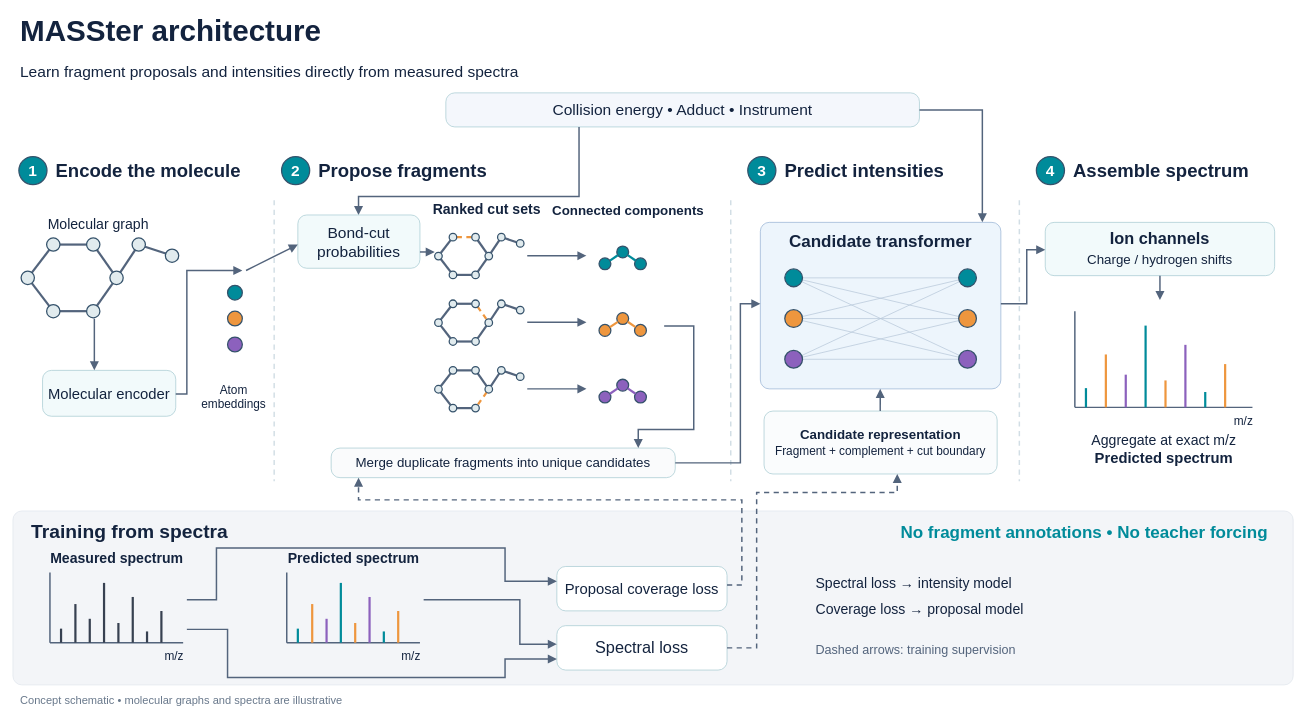
This is docs/figures/masster_architecture.drawio from LZhang98/fragnnet, a draw.io file, before an edit. Source tidied: cells renumbered, new cells numbered last; positions are measured from the earlier drawing's top-left corner, leaving out a move shared by most shapes. Both pictures are drawn from the tidied source at 74%, with x=0, y=0 at pixel (13, 16).
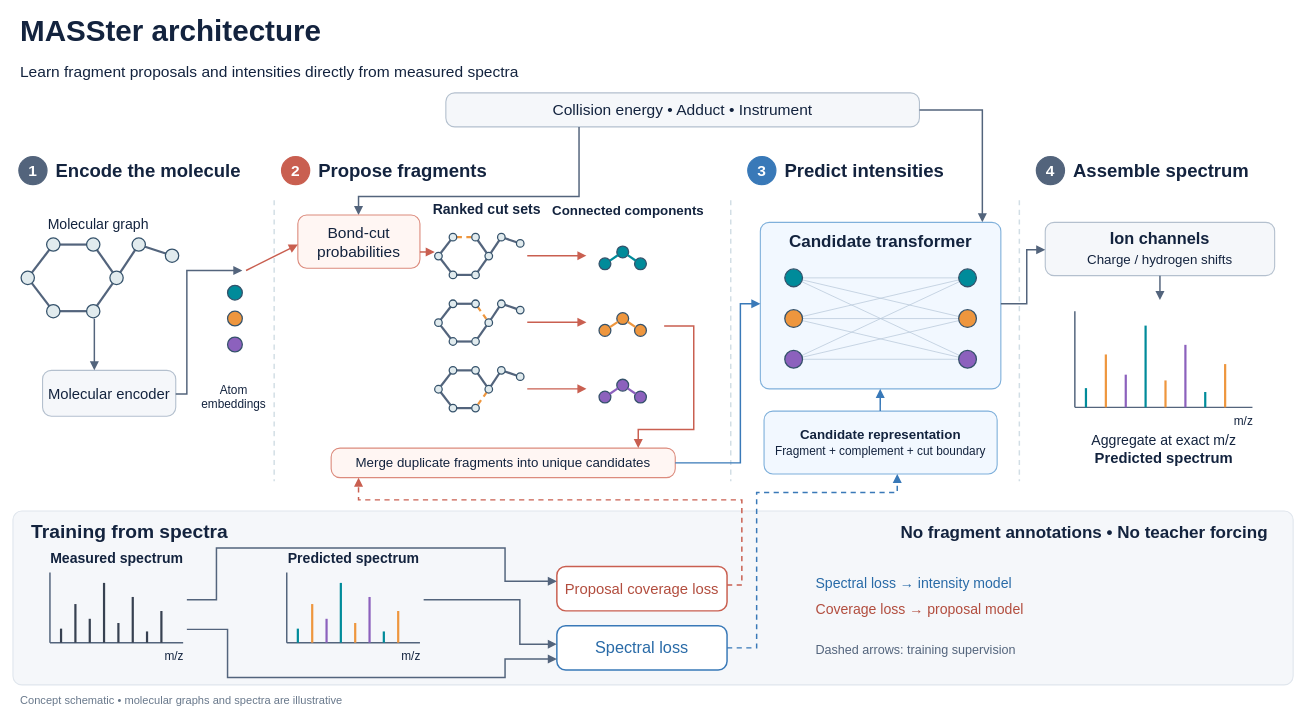
The same page after the edit.

The edit, as a diff of the source:
```diff
@@
-    <mxCell id="3" value="Collision energy  •  Adduct  •  Instrument" style="rounded=1;absoluteArcSize=1;arcSize=24;whiteSpace=wrap;html=1;fillColor=#f4f7fc;strokeColor=#a9ccd3;fontFamily=Arial;fontSize=21;fontStyle=0;fontColor=#13233e;" parent="1" vertex="1">
+    <mxCell id="3" value="Collision energy  •  Adduct  •  Instrument" style="rounded=1;absoluteArcSize=1;arcSize=24;whiteSpace=wrap;html=1;fillColor=#f5f7fa;strokeColor=#b4c0ce;strokeWidth=1.5;fontFamily=Arial;fontSize=21;fontStyle=0;fontColor=#13233e;" parent="1" vertex="1">
       <mxGeometry x="585" y="103" width="640" height="46" as="geometry" />
     </mxCell>
@@
-    <mxCell id="6" value="1" style="ellipse;whiteSpace=wrap;html=1;fillColor=#008b9a;strokeColor=#35526b;strokeWidth=1.7;fontFamily=Arial;fontSize=21;fontStyle=1;fontColor=#ffffff;" parent="1" vertex="1">
+    <mxCell id="6" value="1" style="ellipse;whiteSpace=wrap;html=1;fillColor=#53647c;strokeColor=#53647c;strokeWidth=1.7;fontFamily=Arial;fontSize=21;fontStyle=1;fontColor=#ffffff;" parent="1" vertex="1">
       <mxGeometry x="8" y="189" width="38" height="38" as="geometry" />
     </mxCell>
@@
-    <mxCell id="8" value="2" style="ellipse;whiteSpace=wrap;html=1;fillColor=#008b9a;strokeColor=#35526b;strokeWidth=1.7;fontFamily=Arial;fontSize=21;fontStyle=1;fontColor=#ffffff;" parent="1" vertex="1">
+    <mxCell id="8" value="2" style="ellipse;whiteSpace=wrap;html=1;fillColor=#c95f50;strokeColor=#c95f50;strokeWidth=1.7;fontFamily=Arial;fontSize=21;fontStyle=1;fontColor=#ffffff;" parent="1" vertex="1">
       <mxGeometry x="363" y="189" width="38" height="38" as="geometry" />
     </mxCell>
@@
-    <mxCell id="10" value="3" style="ellipse;whiteSpace=wrap;html=1;fillColor=#008b9a;strokeColor=#35526b;strokeWidth=1.7;fontFamily=Arial;fontSize=21;fontStyle=1;fontColor=#ffffff;" parent="1" vertex="1">
+    <mxCell id="10" value="3" style="ellipse;whiteSpace=wrap;html=1;fillColor=#3979b8;strokeColor=#3979b8;strokeWidth=1.7;fontFamily=Arial;fontSize=21;fontStyle=1;fontColor=#ffffff;" parent="1" vertex="1">
       <mxGeometry x="993" y="189" width="38" height="38" as="geometry" />
     </mxCell>
@@
-    <mxCell id="12" value="4" style="ellipse;whiteSpace=wrap;html=1;fillColor=#008b9a;strokeColor=#35526b;strokeWidth=1.7;fontFamily=Arial;fontSize=21;fontStyle=1;fontColor=#ffffff;" parent="1" vertex="1">
+    <mxCell id="12" value="4" style="ellipse;whiteSpace=wrap;html=1;fillColor=#53647c;strokeColor=#53647c;strokeWidth=1.7;fontFamily=Arial;fontSize=21;fontStyle=1;fontColor=#ffffff;" parent="1" vertex="1">
       <mxGeometry x="1383" y="189" width="38" height="38" as="geometry" />
     </mxCell>
@@
-    <mxCell id="35" value="Molecular encoder" style="rounded=1;absoluteArcSize=1;arcSize=24;whiteSpace=wrap;html=1;fillColor=#f2fafb;strokeColor=#a9ccd3;fontFamily=Arial;fontSize=20;fontStyle=0;fontColor=#13233e;" parent="1" vertex="1">
+    <mxCell id="35" value="Molecular encoder" style="rounded=1;absoluteArcSize=1;arcSize=24;whiteSpace=wrap;html=1;fillColor=#f5f7fa;strokeColor=#b4c0ce;strokeWidth=1.5;fontFamily=Arial;fontSize=20;fontStyle=0;fontColor=#13233e;" parent="1" vertex="1">
       <mxGeometry x="40" y="478" width="180" height="62" as="geometry" />
     </mxCell>
@@
-    <mxCell id="43" value="Bond-cut&lt;br&gt;probabilities" style="rounded=1;absoluteArcSize=1;arcSize=24;whiteSpace=wrap;html=1;fillColor=#f2fafb;strokeColor=#a9ccd3;fontFamily=Arial;fontSize=21;fontStyle=0;fontColor=#13233e;" parent="1" vertex="1">
+    <mxCell id="43" value="Bond-cut&lt;br&gt;probabilities" style="rounded=1;absoluteArcSize=1;arcSize=24;whiteSpace=wrap;html=1;fillColor=#fff6f3;strokeColor=#dc8b7d;strokeWidth=1.5;fontFamily=Arial;fontSize=21;fontStyle=0;fontColor=#13233e;" parent="1" vertex="1">
       <mxGeometry x="385" y="268" width="165" height="72" as="geometry" />
     </mxCell>
-    <mxCell id="44" style="edgeStyle=none;html=1;strokeColor=#53647c;strokeWidth=2;endArrow=block;endFill=1;endSize=7;startArrow=none;entryX=0;entryY=0.5556;entryDx=0;entryDy=0;entryPerimeter=0;" parent="1" edge="1" target="43">
+    <mxCell id="44" style="edgeStyle=none;html=1;strokeColor=#c95f50;strokeWidth=2;endArrow=block;endFill=1;endSize=7;startArrow=none;entryX=0;entryY=0.5556;entryDx=0;entryDy=0;entryPerimeter=0;" parent="1" edge="1" target="43">
       <mxGeometry relative="1" as="geometry">
         <mxPoint x="315" y="343" as="sourcePoint" />
       </mxGeometry>
     </mxCell>
@@
-    <mxCell id="97" style="edgeStyle=none;html=1;strokeColor=#53647c;strokeWidth=2;endArrow=block;endFill=1;endSize=7;startArrow=none;exitX=1;exitY=0.6944;exitDx=0;exitDy=0;exitPerimeter=0;" parent="1" edge="1" source="43">
+    <mxCell id="97" style="edgeStyle=none;html=1;strokeColor=#c95f50;strokeWidth=2;endArrow=block;endFill=1;endSize=7;startArrow=none;exitX=1;exitY=0.6944;exitDx=0;exitDy=0;exitPerimeter=0;" parent="1" edge="1" source="43">
       <mxGeometry relative="1" as="geometry">
         <mxPoint x="570" y="318" as="targetPoint" />
       </mxGeometry>
     </mxCell>
@@
-    <mxCell id="105" style="edgeStyle=none;html=1;strokeColor=#53647c;strokeWidth=2;endArrow=block;endFill=1;endSize=7;startArrow=none;" parent="1" edge="1">
+    <mxCell id="105" style="edgeStyle=none;html=1;strokeColor=#c95f50;strokeWidth=2;endArrow=block;endFill=1;endSize=7;startArrow=none;" parent="1" edge="1">
       <mxGeometry relative="1" as="geometry">
         <mxPoint x="695" y="323" as="sourcePoint" />
         <mxPoint x="775" y="323" as="targetPoint" />
       </mxGeometry>
     </mxCell>
@@
-    <mxCell id="112" style="edgeStyle=none;html=1;strokeColor=#53647c;strokeWidth=2;endArrow=block;endFill=1;endSize=7;startArrow=none;" parent="1" edge="1">
+    <mxCell id="112" style="edgeStyle=none;html=1;strokeColor=#c95f50;strokeWidth=2;endArrow=block;endFill=1;endSize=7;startArrow=none;" parent="1" edge="1">
       <mxGeometry relative="1" as="geometry">
         <mxPoint x="695" y="413" as="sourcePoint" />
         <mxPoint x="775" y="413" as="targetPoint" />
       </mxGeometry>
     </mxCell>
@@
-    <mxCell id="119" style="edgeStyle=none;html=1;strokeColor=#53647c;strokeWidth=2;endArrow=block;endFill=1;endSize=7;startArrow=none;" parent="1" edge="1">
+    <mxCell id="119" style="edgeStyle=none;html=1;strokeColor=#c95f50;strokeWidth=2;endArrow=block;endFill=1;endSize=7;startArrow=none;" parent="1" edge="1">
       <mxGeometry relative="1" as="geometry">
         <mxPoint x="695" y="503" as="sourcePoint" />
         <mxPoint x="775" y="503" as="targetPoint" />
       </mxGeometry>
     </mxCell>
-    <mxCell id="120" value="Merge duplicate fragments into unique candidates" style="rounded=1;absoluteArcSize=1;arcSize=24;whiteSpace=wrap;html=1;fillColor=#fafbfc;strokeColor=#a9ccd3;fontFamily=Arial;fontSize=18;fontStyle=0;fontColor=#13233e;" parent="1" vertex="1">
+    <mxCell id="120" value="Merge duplicate fragments into unique candidates" style="rounded=1;absoluteArcSize=1;arcSize=24;whiteSpace=wrap;html=1;fillColor=#fff6f3;strokeColor=#dc8b7d;strokeWidth=1.5;fontFamily=Arial;fontSize=18;fontStyle=0;fontColor=#13233e;" parent="1" vertex="1">
       <mxGeometry x="430" y="583" width="465" height="40" as="geometry" />
     </mxCell>
-    <mxCell id="121" style="edgeStyle=orthogonalEdgeStyle;rounded=0;html=1;strokeColor=#53647c;strokeWidth=2;endArrow=block;endFill=1;endSize=7;startArrow=none;entryX=0.8925;entryY=0;entryDx=0;entryDy=0;entryPerimeter=0;" parent="1" edge="1" target="120">
+    <mxCell id="121" style="edgeStyle=orthogonalEdgeStyle;rounded=0;html=1;strokeColor=#c95f50;strokeWidth=2;endArrow=block;endFill=1;endSize=7;startArrow=none;entryX=0.8925;entryY=0;entryDx=0;entryDy=0;entryPerimeter=0;" parent="1" edge="1" target="120">
       <mxGeometry relative="1" as="geometry">
         <mxPoint x="880" y="418" as="sourcePoint" />
         <Array as="points">
           <mxPoint x="920" y="418" />
           <mxPoint x="920" y="558" />
           <mxPoint x="845" y="558" />
         </Array>
       </mxGeometry>
     </mxCell>
-    <mxCell id="122" style="rounded=1;absoluteArcSize=1;arcSize=24;whiteSpace=wrap;html=1;fillColor=#edf5fc;strokeColor=#9ab5d5;fontFamily=Arial;fontSize=16;fontStyle=0;fontColor=#13233e;verticalAlign=top;" parent="1" vertex="1">
+    <mxCell id="122" style="rounded=1;absoluteArcSize=1;arcSize=24;whiteSpace=wrap;html=1;fillColor=#f2f8ff;strokeColor=#7fb0db;strokeWidth=1.5;fontFamily=Arial;fontSize=16;fontStyle=0;fontColor=#13233e;verticalAlign=top;" parent="1" vertex="1">
       <mxGeometry x="1010" y="278" width="325" height="225" as="geometry" />
     </mxCell>
@@
-    <mxCell id="140" style="edgeStyle=orthogonalEdgeStyle;rounded=0;html=1;strokeColor=#53647c;strokeWidth=2;endArrow=block;endFill=1;endSize=7;startArrow=none;exitX=1;exitY=0.5;exitDx=0;exitDy=0;exitPerimeter=0;entryX=0;entryY=0.4889;entryDx=0;entryDy=0;entryPerimeter=0;" parent="1" edge="1" source="120" target="122">
+    <mxCell id="140" style="edgeStyle=orthogonalEdgeStyle;rounded=0;html=1;strokeColor=#3979b8;strokeWidth=2;endArrow=block;endFill=1;endSize=7;startArrow=none;exitX=1;exitY=0.5;exitDx=0;exitDy=0;exitPerimeter=0;entryX=0;entryY=0.4889;entryDx=0;entryDy=0;entryPerimeter=0;" parent="1" edge="1" source="120" target="122">
       <mxGeometry relative="1" as="geometry">
         <Array as="points">
           <mxPoint x="983" y="603" />
           <mxPoint x="983" y="388" />
         </Array>
       </mxGeometry>
     </mxCell>
-    <mxCell id="141" value="Candidate representation&lt;br&gt;&lt;font style=&quot;font-size:16px&quot;&gt;&lt;span style=&quot;font-weight:normal&quot;&gt;Fragment + complement + cut boundary&lt;/span&gt;&lt;/font&gt;" style="rounded=1;absoluteArcSize=1;arcSize=24;whiteSpace=wrap;html=1;fillColor=#fafcfd;strokeColor=#a9ccd3;fontFamily=Arial;fontSize=18;fontStyle=1;fontColor=#13233e;" parent="1" vertex="1">
+    <mxCell id="141" value="Candidate representation&lt;br&gt;&lt;font style=&quot;font-size:16px&quot;&gt;&lt;span style=&quot;font-weight:normal&quot;&gt;Fragment + complement + cut boundary&lt;/span&gt;&lt;/font&gt;" style="rounded=1;absoluteArcSize=1;arcSize=24;whiteSpace=wrap;html=1;fillColor=#f2f8ff;strokeColor=#7fb0db;strokeWidth=1.5;fontFamily=Arial;fontSize=18;fontStyle=1;fontColor=#13233e;" parent="1" vertex="1">
       <mxGeometry x="1015" y="533" width="315" height="85" as="geometry" />
     </mxCell>
-    <mxCell id="142" style="edgeStyle=none;html=1;strokeColor=#53647c;strokeWidth=2;endArrow=block;endFill=1;endSize=7;startArrow=none;exitX=0.4984;exitY=0;exitDx=0;exitDy=0;exitPerimeter=0;entryX=0.4985;entryY=1;entryDx=0;entryDy=0;entryPerimeter=0;" parent="1" edge="1" source="141" target="122">
+    <mxCell id="142" style="edgeStyle=none;html=1;strokeColor=#3979b8;strokeWidth=2;endArrow=block;endFill=1;endSize=7;startArrow=none;exitX=0.4984;exitY=0;exitDx=0;exitDy=0;exitPerimeter=0;entryX=0.4985;entryY=1;entryDx=0;entryDy=0;entryPerimeter=0;" parent="1" edge="1" source="141" target="122">
       <mxGeometry relative="1" as="geometry" />
     </mxCell>
-    <mxCell id="143" value="Ion channels&lt;br&gt;&lt;font style=&quot;font-size:18px&quot;&gt;&lt;span style=&quot;font-weight:normal&quot;&gt;Charge / hydrogen shifts&lt;/span&gt;&lt;/font&gt;" style="rounded=1;absoluteArcSize=1;arcSize=24;whiteSpace=wrap;html=1;fillColor=#f2fafb;strokeColor=#a9ccd3;fontFamily=Arial;fontSize=22;fontStyle=1;fontColor=#13233e;" parent="1" vertex="1">
+    <mxCell id="143" value="Ion channels&lt;br&gt;&lt;font style=&quot;font-size:18px&quot;&gt;&lt;span style=&quot;font-weight:normal&quot;&gt;Charge / hydrogen shifts&lt;/span&gt;&lt;/font&gt;" style="rounded=1;absoluteArcSize=1;arcSize=24;whiteSpace=wrap;html=1;fillColor=#f5f7fa;strokeColor=#b4c0ce;strokeWidth=1.5;fontFamily=Arial;fontSize=22;fontStyle=1;fontColor=#13233e;" parent="1" vertex="1">
       <mxGeometry x="1395" y="278" width="310" height="72" as="geometry" />
     </mxCell>
@@
-    <mxCell id="159" style="rounded=1;absoluteArcSize=1;arcSize=24;whiteSpace=wrap;html=1;fillColor=#f3f5f8;strokeColor=#e0e6ed;fontFamily=Arial;fontSize=16;fontStyle=0;fontColor=#13233e;verticalAlign=top;" parent="1" vertex="1">
+    <mxCell id="159" style="rounded=1;absoluteArcSize=1;arcSize=24;whiteSpace=wrap;html=1;fillColor=#f5f7fa;strokeColor=#e0e6ed;strokeWidth=1.5;fontFamily=Arial;fontSize=16;fontStyle=0;fontColor=#13233e;verticalAlign=top;" parent="1" vertex="1">
       <mxGeometry y="668" width="1730" height="235" as="geometry" />
     </mxCell>
@@
-    <mxCell id="161" value="No fragment annotations  •  No teacher forcing" style="text;html=1;align=right;verticalAlign=middle;whiteSpace=nowrap;spacing=0;fontFamily=Arial;fontSize=23;fontStyle=1;fontColor=#008b9a;" parent="1" vertex="1">
+    <mxCell id="161" value="No fragment annotations  •  No teacher forcing" style="text;html=1;align=right;verticalAlign=middle;whiteSpace=nowrap;spacing=0;fontFamily=Arial;fontSize=23;fontStyle=1;fontColor=#13233e;" parent="1" vertex="1">
       <mxGeometry x="1054.2" y="682" width="640.8" height="29.9" as="geometry" />
     </mxCell>
@@
-    <mxCell id="188" value="Proposal coverage loss" style="rounded=1;absoluteArcSize=1;arcSize=24;whiteSpace=wrap;html=1;fillColor=#ffffff;strokeColor=#a9ccd3;fontFamily=Arial;fontSize=20;fontStyle=0;fontColor=#13233e;" parent="1" vertex="1">
+    <mxCell id="188" value="Proposal coverage loss" style="rounded=1;absoluteArcSize=1;arcSize=24;whiteSpace=wrap;html=1;fillColor=#ffffff;strokeColor=#c95f50;strokeWidth=2;fontFamily=Arial;fontSize=20;fontStyle=0;fontColor=#b24d3e;" parent="1" vertex="1">
       <mxGeometry x="735" y="743" width="230" height="60" as="geometry" />
     </mxCell>
-    <mxCell id="189" value="Spectral loss" style="rounded=1;absoluteArcSize=1;arcSize=24;whiteSpace=wrap;html=1;fillColor=#ffffff;strokeColor=#a9ccd3;fontFamily=Arial;fontSize=22;fontStyle=0;fontColor=#13233e;" parent="1" vertex="1">
+    <mxCell id="189" value="Spectral loss" style="rounded=1;absoluteArcSize=1;arcSize=24;whiteSpace=wrap;html=1;fillColor=#ffffff;strokeColor=#3979b8;strokeWidth=2;fontFamily=Arial;fontSize=22;fontStyle=0;fontColor=#286aa7;" parent="1" vertex="1">
       <mxGeometry x="735" y="823" width="230" height="60" as="geometry" />
     </mxCell>
@@
-    <mxCell id="193" value="Spectral loss → intensity model" style="text;html=1;align=left;verticalAlign=middle;whiteSpace=nowrap;spacing=0;fontFamily=Arial;fontSize=19;fontStyle=0;fontColor=#13233e;" parent="1" vertex="1">
+    <mxCell id="193" value="Spectral loss → intensity model" style="text;html=1;align=left;verticalAlign=middle;whiteSpace=nowrap;spacing=0;fontFamily=Arial;fontSize=19;fontStyle=0;fontColor=#286aa7;" parent="1" vertex="1">
       <mxGeometry x="1085" y="754" width="329.9" height="24.7" as="geometry" />
     </mxCell>
-    <mxCell id="194" value="Coverage loss → proposal model" style="text;html=1;align=left;verticalAlign=middle;whiteSpace=nowrap;spacing=0;fontFamily=Arial;fontSize=19;fontStyle=0;fontColor=#13233e;" parent="1" vertex="1">
+    <mxCell id="194" value="Coverage loss → proposal model" style="text;html=1;align=left;verticalAlign=middle;whiteSpace=nowrap;spacing=0;fontFamily=Arial;fontSize=19;fontStyle=0;fontColor=#b24d3e;" parent="1" vertex="1">
       <mxGeometry x="1085" y="790" width="319.5" height="24.7" as="geometry" />
     </mxCell>
@@
-    <mxCell id="196" style="edgeStyle=orthogonalEdgeStyle;rounded=0;html=1;strokeColor=#53647c;strokeWidth=2;endArrow=block;endFill=1;endSize=7;startArrow=none;dashed=1;dashPattern=7 6;fixDash=1;exitX=1;exitY=0.5;exitDx=0;exitDy=0;exitPerimeter=0;entryX=0.5714;entryY=1;entryDx=0;entryDy=0;entryPerimeter=0;" parent="1" edge="1" source="189" target="141">
+    <mxCell id="196" style="edgeStyle=orthogonalEdgeStyle;rounded=0;html=1;strokeColor=#3979b8;strokeWidth=2;endArrow=block;endFill=1;endSize=7;startArrow=none;dashed=1;dashPattern=7 6;fixDash=1;exitX=1;exitY=0.5;exitDx=0;exitDy=0;exitPerimeter=0;entryX=0.5714;entryY=1;entryDx=0;entryDy=0;entryPerimeter=0;" parent="1" edge="1" source="189" target="141">
       <mxGeometry relative="1" as="geometry">
         <Array as="points">
           <mxPoint x="1005" y="853" />
           <mxPoint x="1005" y="643" />
           <mxPoint x="1195" y="643" />
         </Array>
       </mxGeometry>
     </mxCell>
-    <mxCell id="197" style="edgeStyle=orthogonalEdgeStyle;rounded=0;html=1;strokeColor=#53647c;strokeWidth=2;endArrow=block;endFill=1;endSize=7;startArrow=none;dashed=1;dashPattern=7 6;fixDash=1;exitX=1;exitY=0.4167;exitDx=0;exitDy=0;exitPerimeter=0;entryX=0.0796;entryY=1;entryDx=0;entryDy=0;entryPerimeter=0;" parent="1" edge="1" source="188" target="120">
+    <mxCell id="197" style="edgeStyle=orthogonalEdgeStyle;rounded=0;html=1;strokeColor=#c95f50;strokeWidth=2;endArrow=block;endFill=1;endSize=7;startArrow=none;dashed=1;dashPattern=7 6;fixDash=1;exitX=1;exitY=0.4167;exitDx=0;exitDy=0;exitPerimeter=0;entryX=0.0796;entryY=1;entryDx=0;entryDy=0;entryPerimeter=0;" parent="1" edge="1" source="188" target="120">
       <mxGeometry relative="1" as="geometry">
         <Array as="points">
           <mxPoint x="985" y="768" />
           <mxPoint x="985" y="653" />
           <mxPoint x="467" y="653" />
         </Array>
       </mxGeometry>
     </mxCell>
```
